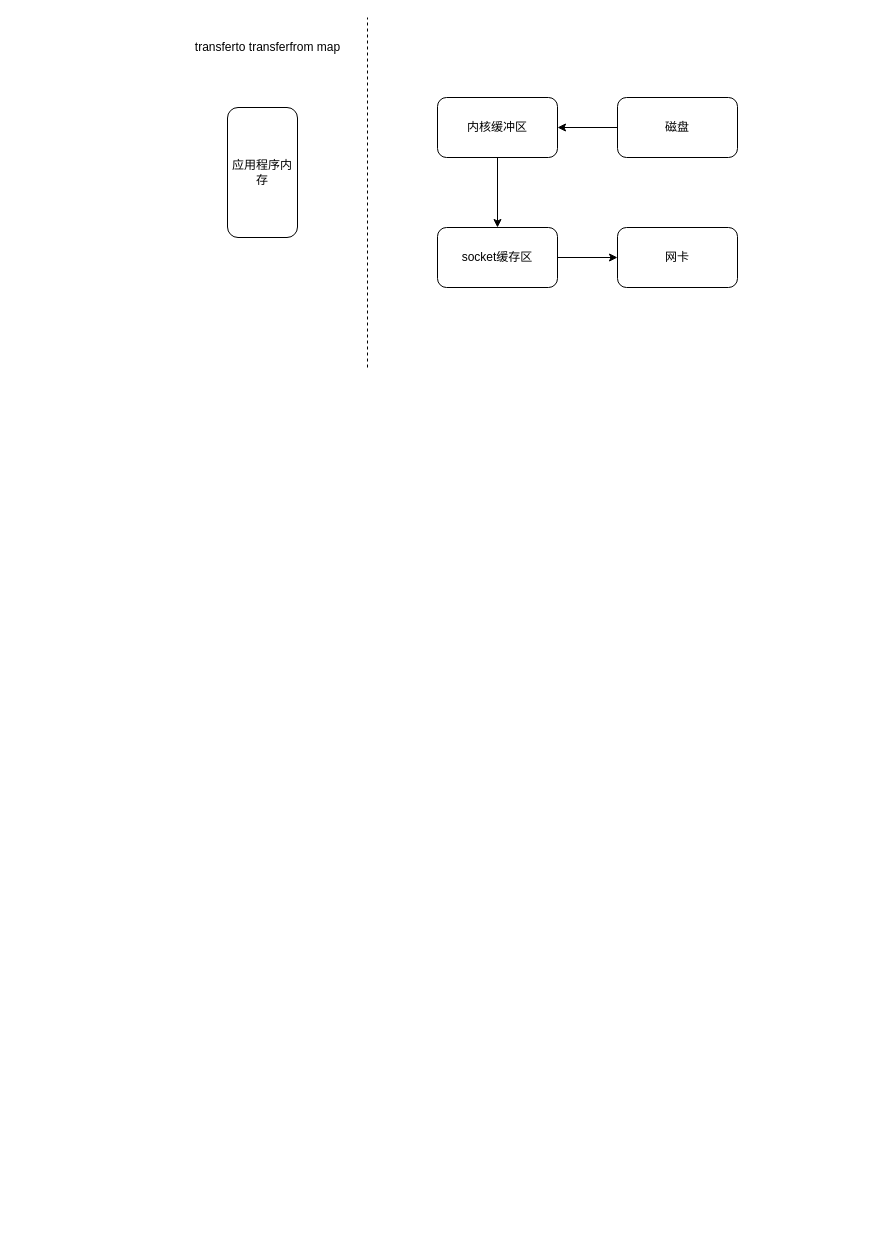
This is fam架构图.drawio from qinhaohao1114/my-draw, a draw.io file, before an edit. Source tidied: cells renumbered, new cells numbered last; positions are measured from the earlier drawing's top-left corner, leaving out a move shared by most shapes. Both pictures are drawn from the tidied source at 100%, with x=0, y=0 at pixel (187, 17).
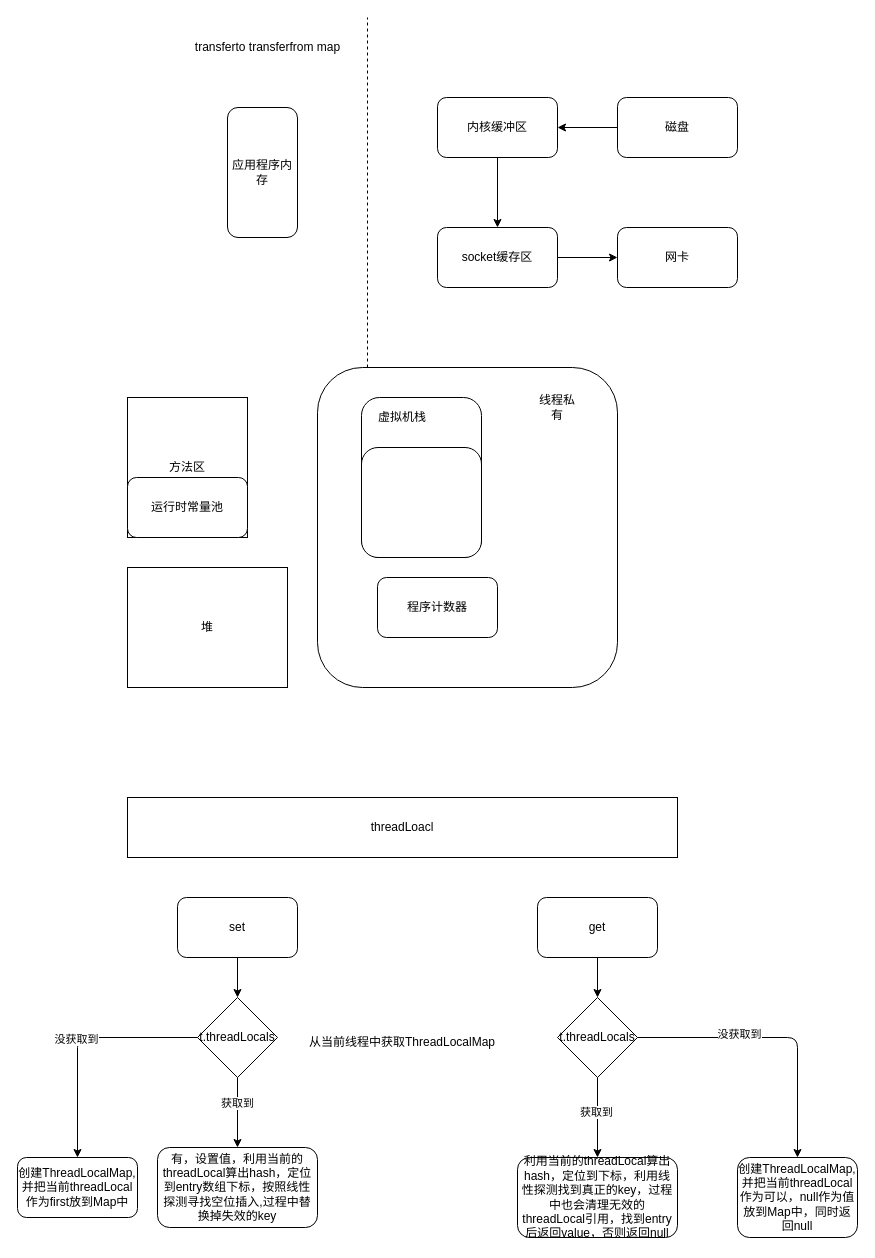
After the change.

Change to the diagram source:
```diff
@@
+    <mxCell id="12" value="堆" style="rounded=0;whiteSpace=wrap;html=1;" parent="1" vertex="1">
+      <mxGeometry x="-60" y="550" width="160" height="120" as="geometry" />
+    </mxCell>
+    <mxCell id="13" value="方法区&lt;br&gt;" style="rounded=0;whiteSpace=wrap;html=1;" parent="1" vertex="1">
+      <mxGeometry x="-60" y="380" width="120" height="140" as="geometry" />
+    </mxCell>
+    <mxCell id="14" value="运行时常量池" style="rounded=1;whiteSpace=wrap;html=1;" parent="1" vertex="1">
+      <mxGeometry x="-60" y="460" width="120" height="60" as="geometry" />
+    </mxCell>
+    <mxCell id="15" style="rounded=1;whiteSpace=wrap;html=1;" parent="1" vertex="1">
+      <mxGeometry x="130" y="350" width="300" height="320" as="geometry" />
+    </mxCell>
+    <mxCell id="16" value="线程私有" style="text;html=1;strokeColor=none;fillColor=none;align=center;verticalAlign=middle;whiteSpace=wrap;rounded=0;" parent="1" vertex="1">
+      <mxGeometry x="350" y="380" width="40" height="20" as="geometry" />
+    </mxCell>
+    <mxCell id="17" style="rounded=1;whiteSpace=wrap;html=1;" parent="1" vertex="1">
+      <mxGeometry x="174" y="380" width="120" height="160" as="geometry" />
+    </mxCell>
+    <mxCell id="18" value="程序计数器" style="rounded=1;whiteSpace=wrap;html=1;" parent="1" vertex="1">
+      <mxGeometry x="190" y="560" width="120" height="60" as="geometry" />
+    </mxCell>
+    <mxCell id="19" value="虚拟机栈" style="text;html=1;strokeColor=none;fillColor=none;align=center;verticalAlign=middle;whiteSpace=wrap;rounded=0;" parent="1" vertex="1">
+      <mxGeometry x="190" y="390" width="50" height="20" as="geometry" />
+    </mxCell>
+    <mxCell id="20" style="rounded=1;whiteSpace=wrap;html=1;" parent="1" vertex="1">
+      <mxGeometry x="174" y="430" width="120" height="110" as="geometry" />
+    </mxCell>
+    <mxCell id="21" value="threadLoacl" style="rounded=0;whiteSpace=wrap;html=1;" parent="1" vertex="1">
+      <mxGeometry x="-60" y="780" width="550" height="60" as="geometry" />
+    </mxCell>
+    <mxCell id="22" style="edgeStyle=orthogonalEdgeStyle;rounded=0;jettySize=auto;html=1;" parent="1" edge="1" source="23" target="28">
+      <mxGeometry relative="1" as="geometry" />
+    </mxCell>
+    <mxCell id="23" value="set" style="rounded=1;whiteSpace=wrap;html=1;" parent="1" vertex="1">
+      <mxGeometry x="-10" y="880" width="120" height="60" as="geometry" />
+    </mxCell>
+    <mxCell id="24" style="edgeStyle=orthogonalEdgeStyle;rounded=0;jettySize=auto;html=1;" parent="1" edge="1" source="25" target="36">
+      <mxGeometry relative="1" as="geometry" />
+    </mxCell>
+    <mxCell id="25" value="get" style="rounded=1;whiteSpace=wrap;html=1;" parent="1" vertex="1">
+      <mxGeometry x="350" y="880" width="120" height="60" as="geometry" />
+    </mxCell>
+    <mxCell id="26" style="edgeStyle=orthogonalEdgeStyle;rounded=0;jettySize=auto;html=1;" parent="1" edge="1" source="28" target="31">
+      <mxGeometry relative="1" as="geometry" />
+    </mxCell>
+    <mxCell id="27" value="获取到" style="edgeLabel;html=1;align=center;verticalAlign=middle;" parent="26" vertex="1">
+      <mxGeometry x="-0.29" y="-1" relative="1" as="geometry" />
+    </mxCell>
+    <mxCell id="28" value="t.threadLocals" style="rhombus;whiteSpace=wrap;html=1;" parent="1" vertex="1">
+      <mxGeometry x="10" y="980" width="80" height="80" as="geometry" />
+    </mxCell>
+    <mxCell id="29" value="从当前线程中获取ThreadLocalMap" style="text;html=1;strokeColor=none;fillColor=none;align=center;verticalAlign=middle;whiteSpace=wrap;rounded=0;" parent="1" vertex="1">
+      <mxGeometry x="95" y="990" width="240" height="70" as="geometry" />
+    </mxCell>
+    <mxCell id="30" value="创建ThreadLocalMap,并把当前threadLocal作为first放到Map中" style="rounded=1;whiteSpace=wrap;html=1;" parent="1" vertex="1">
+      <mxGeometry x="-170" y="1140" width="120" height="60" as="geometry" />
+    </mxCell>
+    <mxCell id="31" value="有，设置值，利用当前的threadLocal算出hash，定位到entry数组下标，按照线性探测寻找空位插入,过程中替换掉失效的key" style="rounded=1;whiteSpace=wrap;html=1;" parent="1" vertex="1">
+      <mxGeometry x="-30" y="1130" width="160" height="80" as="geometry" />
+    </mxCell>
+    <mxCell id="32" style="edgeStyle=segmentEdgeStyle;endArrow=classic;html=1;exitX=0;exitY=0.5;exitDx=0;exitDy=0;entryX=0.5;entryY=0;entryDx=0;entryDy=0;" parent="1" edge="1" source="28" target="30">
+      <mxGeometry relative="1" as="geometry" />
+    </mxCell>
+    <mxCell id="33" value="没获取到" style="edgeLabel;html=1;align=center;verticalAlign=middle;" parent="32" vertex="1">
+      <mxGeometry x="0.01" y="-2" relative="1" as="geometry" />
+    </mxCell>
+    <mxCell id="34" style="edgeStyle=orthogonalEdgeStyle;rounded=0;jettySize=auto;html=1;" parent="1" edge="1" source="36" target="37">
+      <mxGeometry relative="1" as="geometry" />
+    </mxCell>
+    <mxCell id="35" value="获取到" style="edgeLabel;html=1;align=center;verticalAlign=middle;" parent="34" vertex="1">
+      <mxGeometry x="-0.15" y="-2" relative="1" as="geometry" />
+    </mxCell>
+    <mxCell id="36" value="t.threadLocals" style="rhombus;whiteSpace=wrap;html=1;" parent="1" vertex="1">
+      <mxGeometry x="370" y="980" width="80" height="80" as="geometry" />
+    </mxCell>
+    <mxCell id="37" value="利用当前的threadLocal算出hash，定位到下标，利用线性探测找到真正的key，过程中也会清理无效的threadLocal引用，找到entry后返回value，否则返回null" style="rounded=1;whiteSpace=wrap;html=1;" parent="1" vertex="1">
+      <mxGeometry x="330" y="1140" width="160" height="80" as="geometry" />
+    </mxCell>
+    <mxCell id="38" value="创建ThreadLocalMap,并把当前threadLocal作为可以，null作为值放到Map中，同时返回null" style="rounded=1;whiteSpace=wrap;html=1;" parent="1" vertex="1">
+      <mxGeometry x="550" y="1140" width="120" height="80" as="geometry" />
+    </mxCell>
+    <mxCell id="39" style="edgeStyle=segmentEdgeStyle;endArrow=classic;html=1;entryX=0.5;entryY=0;entryDx=0;entryDy=0;exitX=1;exitY=0.5;exitDx=0;exitDy=0;" parent="1" edge="1" source="36" target="38">
+      <mxGeometry relative="1" as="geometry">
+        <Array as="points">
+          <mxPoint x="610" y="1020" />
+        </Array>
+      </mxGeometry>
+    </mxCell>
+    <mxCell id="40" value="没获取到" style="edgeLabel;html=1;align=center;verticalAlign=middle;" parent="39" vertex="1">
+      <mxGeometry x="-0.28" y="4" relative="1" as="geometry" />
+    </mxCell>
```
